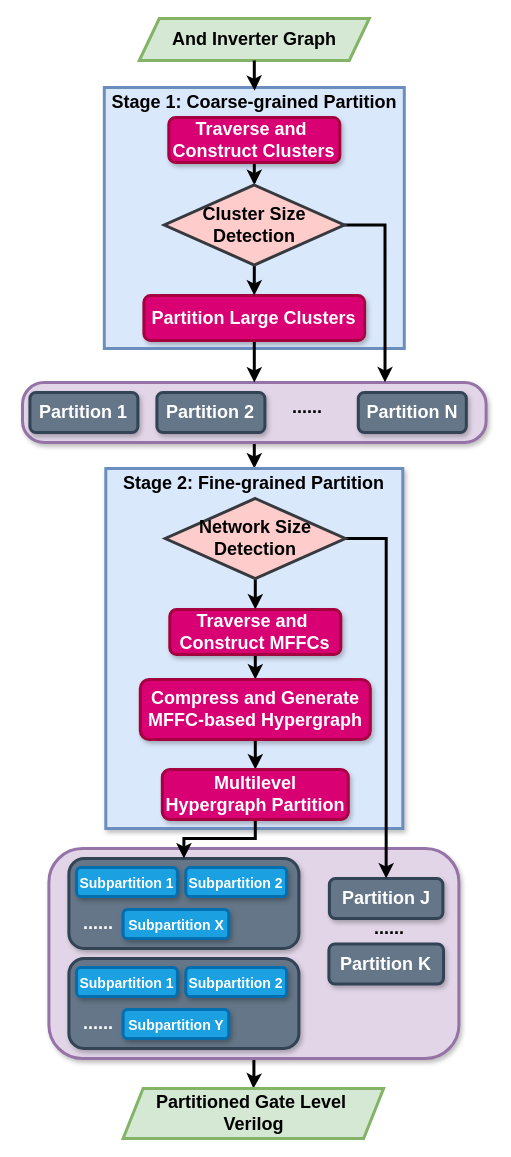
Above: PartitionFlow.drawio in kxzhu0505/LogicSynOpt (draw.io), before the change. Source tidied: cells renumbered, new cells numbered last; positions are measured from the earlier drawing's top-left corner, leaving out a move shared by most shapes. Both pictures are drawn from the tidied source at 100%, with x=0, y=0 at pixel (22, 18).
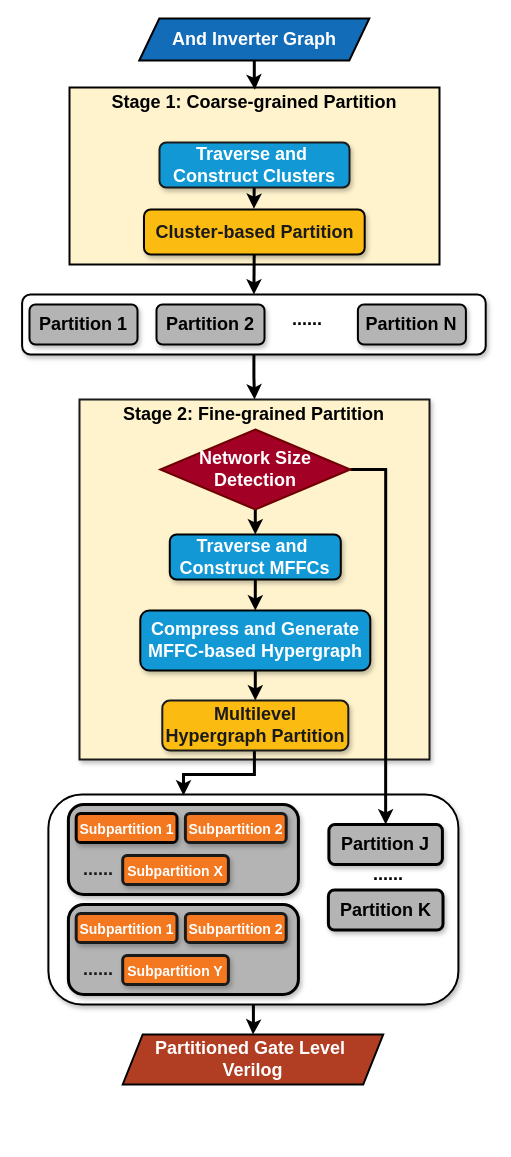
The same page after the edit.

Diff of the diagram source:
```diff
@@
-    <mxCell id="2" style="edgeStyle=orthogonalEdgeStyle;rounded=0;jettySize=auto;html=1;strokeWidth=3;" parent="1" edge="1" source="3" target="26">
-      <mxGeometry relative="1" as="geometry" />
+    <mxCell id="2" style="edgeStyle=orthogonalEdgeStyle;rounded=0;jettySize=auto;html=1;strokeWidth=3;" parent="1" edge="1" source="3">
+      <mxGeometry relative="1" as="geometry">
+        <mxPoint x="230.5" y="1016" as="targetPoint" />
+      </mxGeometry>
     </mxCell>
-    <mxCell id="3" style="rounded=1;whiteSpace=wrap;html=1;shadow=1;strokeWidth=3;fillColor=#e1d5e7;strokeColor=#9673a6;fontSize=18;arcSize=16;" parent="1" vertex="1">
-      <mxGeometry x="26.4" y="830" width="410" height="210" as="geometry" />
+    <mxCell id="3" style="rounded=1;whiteSpace=wrap;html=1;shadow=1;strokeWidth=2;fontSize=18;arcSize=16;" parent="1" vertex="1">
+      <mxGeometry x="25.9" y="776" width="410" height="210" as="geometry" />
     </mxCell>
@@
-    <mxCell id="6" style="rounded=1;whiteSpace=wrap;html=1;shadow=1;strokeWidth=3;fillColor=#e1d5e7;strokeColor=#9673a6;fontSize=18;arcSize=36;" parent="1" vertex="1">
-      <mxGeometry y="364" width="463.6" height="60" as="geometry" />
+    <mxCell id="6" style="rounded=1;whiteSpace=wrap;html=1;shadow=1;strokeWidth=2;fontSize=18;arcSize=14;" parent="1" vertex="1">
+      <mxGeometry x="-0.4" y="276" width="463.6" height="60" as="geometry" />
     </mxCell>
-    <mxCell id="7" value="&lt;font face=&quot;Helvetica&quot; style=&quot;font-size: 18px;&quot;&gt;Partition 1&lt;/font&gt;" style="rounded=1;whiteSpace=wrap;html=1;fillColor=#647687;strokeColor=#314354;fontStyle=1;fontSize=18;strokeWidth=3;shadow=1;fontColor=#ffffff;" parent="1" vertex="1">
-      <mxGeometry x="7.4" y="374" width="108" height="40" as="geometry" />
+    <mxCell id="7" value="&lt;font face=&quot;Helvetica&quot; style=&quot;font-size: 18px;&quot;&gt;Partition 1&lt;/font&gt;" style="rounded=1;whiteSpace=wrap;html=1;fontStyle=1;fontSize=18;strokeWidth=2;shadow=1;fillColor=#B4B4B4;" parent="1" vertex="1">
+      <mxGeometry x="7" y="286" width="108" height="40" as="geometry" />
     </mxCell>
     <mxCell id="8" value="&lt;font face=&quot;Helvetica&quot; style=&quot;font-size: 18px;&quot;&gt;......&lt;/font&gt;" style="text;html=1;strokeColor=none;fillColor=none;align=center;verticalAlign=middle;whiteSpace=wrap;rounded=0;fontStyle=1;fontSize=18;strokeWidth=3;" parent="1" vertex="1">
-      <mxGeometry x="255.4" y="374" width="60" height="30" as="geometry" />
+      <mxGeometry x="255" y="286" width="60" height="30" as="geometry" />
     </mxCell>
-    <mxCell id="9" value="&lt;font face=&quot;Helvetica&quot; style=&quot;font-size: 18px;&quot;&gt;Partition N&lt;/font&gt;" style="rounded=1;whiteSpace=wrap;html=1;fillColor=#647687;strokeColor=#314354;fontStyle=1;fontSize=18;strokeWidth=3;shadow=1;fontColor=#ffffff;" parent="1" vertex="1">
-      <mxGeometry x="335.8" y="374" width="108" height="40" as="geometry" />
+    <mxCell id="9" value="&lt;font face=&quot;Helvetica&quot; style=&quot;font-size: 18px;&quot;&gt;Partition N&lt;/font&gt;" style="rounded=1;whiteSpace=wrap;html=1;fontStyle=1;fontSize=18;strokeWidth=2;shadow=1;fillColor=#B4B4B4;" parent="1" vertex="1">
+      <mxGeometry x="335.4" y="286" width="108" height="40" as="geometry" />
     </mxCell>
-    <mxCell id="10" value="&lt;font face=&quot;Helvetica&quot; style=&quot;font-size: 18px;&quot;&gt;Partition 2&lt;/font&gt;" style="rounded=1;whiteSpace=wrap;html=1;fillColor=#647687;strokeColor=#314354;fontStyle=1;fontSize=18;strokeWidth=3;shadow=1;fontColor=#ffffff;" parent="1" vertex="1">
-      <mxGeometry x="134.4" y="374" width="108" height="40" as="geometry" />
+    <mxCell id="10" value="&lt;font face=&quot;Helvetica&quot; style=&quot;font-size: 18px;&quot;&gt;Partition 2&lt;/font&gt;" style="rounded=1;whiteSpace=wrap;html=1;fontStyle=1;fontSize=18;strokeWidth=2;shadow=1;fillColor=#B4B4B4;" parent="1" vertex="1">
+      <mxGeometry x="134" y="286" width="108" height="40" as="geometry" />
     </mxCell>
-    <mxCell id="11" style="rounded=1;whiteSpace=wrap;html=1;shadow=1;strokeWidth=3;fillColor=#647687;strokeColor=#314354;fontSize=18;arcSize=17;fontColor=#ffffff;" parent="1" vertex="1">
-      <mxGeometry x="46.4" y="840" width="230" height="90" as="geometry" />
+    <mxCell id="11" style="rounded=1;whiteSpace=wrap;html=1;shadow=1;strokeWidth=3;fontSize=18;arcSize=17;fillColor=#B4B4B4;" parent="1" vertex="1">
+      <mxGeometry x="45.9" y="786" width="230" height="90" as="geometry" />
     </mxCell>
-    <mxCell id="12" value="&lt;font face=&quot;Helvetica&quot; style=&quot;font-size: 14px;&quot;&gt;Subpartition 1&lt;/font&gt;" style="rounded=1;whiteSpace=wrap;html=1;fontStyle=1;fontSize=18;strokeWidth=3;shadow=1;fillColor=#1ba1e2;strokeColor=#006EAF;fontColor=#ffffff;" parent="1" vertex="1">
-      <mxGeometry x="54.1" y="849" width="100.8" height="29" as="geometry" />
+    <mxCell id="12" value="&lt;font face=&quot;Helvetica&quot; style=&quot;font-size: 14px;&quot;&gt;Subpartition 1&lt;/font&gt;" style="rounded=1;whiteSpace=wrap;html=1;fontStyle=1;fontSize=18;strokeWidth=3;shadow=1;fillColor=#F47820;strokeColor=#050505;fontColor=#ffffff;" parent="1" vertex="1">
+      <mxGeometry x="53.7" y="795" width="100.8" height="29" as="geometry" />
     </mxCell>
-    <mxCell id="13" value="&lt;font face=&quot;Helvetica&quot; style=&quot;font-size: 18px;&quot;&gt;Partition J&lt;/font&gt;" style="rounded=1;whiteSpace=wrap;html=1;fillColor=#647687;strokeColor=#314354;fontStyle=1;fontSize=18;strokeWidth=3;shadow=1;fontColor=#ffffff;" parent="1" vertex="1">
-      <mxGeometry x="306.9" y="860" width="113.5" height="40" as="geometry" />
+    <mxCell id="13" value="&lt;font face=&quot;Helvetica&quot; style=&quot;font-size: 18px;&quot;&gt;Partition J&lt;/font&gt;" style="rounded=1;whiteSpace=wrap;html=1;fontStyle=1;fontSize=18;strokeWidth=3;shadow=1;fillColor=#B4B4B4;" parent="1" vertex="1">
+      <mxGeometry x="306.4" y="806" width="113.5" height="40" as="geometry" />
     </mxCell>
-    <mxCell id="14" value="&lt;font face=&quot;Helvetica&quot; style=&quot;font-size: 18px;&quot;&gt;Partition K&lt;/font&gt;" style="rounded=1;whiteSpace=wrap;html=1;fillColor=#647687;strokeColor=#314354;fontStyle=1;fontSize=18;strokeWidth=3;shadow=1;fontColor=#ffffff;" parent="1" vertex="1">
-      <mxGeometry x="306.4" y="925.5" width="114.6" height="40" as="geometry" />
+    <mxCell id="14" value="&lt;font face=&quot;Helvetica&quot; style=&quot;font-size: 18px;&quot;&gt;Partition K&lt;/font&gt;" style="rounded=1;whiteSpace=wrap;html=1;fontStyle=1;fontSize=18;strokeWidth=3;shadow=1;fillColor=#B4B4B4;" parent="1" vertex="1">
+      <mxGeometry x="305.9" y="871.5" width="114.6" height="40" as="geometry" />
     </mxCell>
-    <mxCell id="15" value="&lt;font color=&quot;#ffffff&quot; face=&quot;Helvetica&quot; style=&quot;font-size: 18px;&quot;&gt;......&lt;/font&gt;" style="text;html=1;strokeColor=none;fillColor=none;align=center;verticalAlign=middle;whiteSpace=wrap;rounded=0;fontStyle=1;fontSize=18;strokeWidth=3;" parent="1" vertex="1">
-      <mxGeometry x="46.4" y="890" width="60" height="30" as="geometry" />
+    <mxCell id="15" value="&lt;font color=&quot;#1a1a1a&quot; face=&quot;Helvetica&quot; style=&quot;font-size: 18px;&quot;&gt;......&lt;/font&gt;" style="text;html=1;strokeColor=none;fillColor=none;align=center;verticalAlign=middle;whiteSpace=wrap;rounded=0;fontStyle=1;fontSize=18;strokeWidth=3;" parent="1" vertex="1">
+      <mxGeometry x="45.9" y="836" width="60" height="30" as="geometry" />
     </mxCell>
-    <mxCell id="16" style="rounded=0;whiteSpace=wrap;html=1;strokeWidth=3;shadow=1;fillColor=#dae8fc;strokeColor=#6c8ebf;" parent="1" vertex="1">
-      <mxGeometry x="83.3" y="450" width="297" height="360" as="geometry" />
+    <mxCell id="16" style="rounded=0;whiteSpace=wrap;html=1;strokeWidth=2;shadow=1;fillColor=#fef3cd;strokeColor=#1A1A1A;" parent="1" vertex="1">
+      <mxGeometry x="57" y="381" width="350" height="360" as="geometry" />
     </mxCell>
     <mxCell id="17" value="&lt;b style=&quot;font-size: 18px;&quot;&gt;Stage 2:&amp;nbsp;&lt;/b&gt;&lt;span style=&quot;font-size: 18px;&quot;&gt;&lt;b&gt;Fine-grained Partition&lt;/b&gt;&lt;/span&gt;" style="text;html=1;align=center;verticalAlign=middle;whiteSpace=wrap;rounded=0;" parent="1" vertex="1">
-      <mxGeometry x="94.3" y="450" width="275" height="30" as="geometry" />
+      <mxGeometry x="94.3" y="381" width="275" height="30" as="geometry" />
     </mxCell>
@@
-    <mxCell id="19" value="&lt;b style=&quot;&quot;&gt;&lt;font style=&quot;font-size: 18px;&quot;&gt;Traverse and&amp;nbsp; Construct MFFCs&lt;/font&gt;&lt;/b&gt;" style="rounded=1;whiteSpace=wrap;html=1;fillColor=#d80073;strokeColor=#A50040;strokeWidth=3;shadow=1;fontColor=#ffffff;" parent="1" vertex="1">
-      <mxGeometry x="147.3" y="591" width="171" height="45" as="geometry" />
+    <mxCell id="19" value="&lt;b style=&quot;&quot;&gt;&lt;font style=&quot;font-size: 18px;&quot;&gt;Traverse and&amp;nbsp; Construct MFFCs&lt;/font&gt;&lt;/b&gt;" style="rounded=1;whiteSpace=wrap;html=1;fillColor=#1398d6;strokeColor=#000000;strokeWidth=2;shadow=1;fontColor=#ffffff;" parent="1" vertex="1">
+      <mxGeometry x="147.3" y="516" width="171" height="45" as="geometry" />
     </mxCell>
@@
-    <mxCell id="21" value="&lt;b style=&quot;&quot;&gt;&lt;font style=&quot;font-size: 18px;&quot;&gt;Compress and Generate MFFC-based Hypergraph&lt;/font&gt;&lt;/b&gt;" style="rounded=1;whiteSpace=wrap;html=1;fillColor=#d80073;strokeColor=#A50040;strokeWidth=3;shadow=1;fontColor=#ffffff;" parent="1" vertex="1">
-      <mxGeometry x="117.8" y="661" width="230" height="60" as="geometry" />
+    <mxCell id="21" value="&lt;b style=&quot;&quot;&gt;&lt;font style=&quot;font-size: 18px;&quot;&gt;Compress and Generate MFFC-based Hypergraph&lt;/font&gt;&lt;/b&gt;" style="rounded=1;whiteSpace=wrap;html=1;fillColor=#1398d6;strokeColor=#000000;strokeWidth=2;shadow=1;fontColor=#ffffff;" parent="1" vertex="1">
+      <mxGeometry x="117.8" y="592" width="230" height="60" as="geometry" />
     </mxCell>
-    <mxCell id="22" style="edgeStyle=orthogonalEdgeStyle;rounded=0;jettySize=auto;html=1;strokeWidth=3;" parent="1" edge="1" source="23" target="11">
+    <mxCell id="22" style="edgeStyle=orthogonalEdgeStyle;rounded=0;orthogonalLoop=1;jettySize=auto;html=1;strokeWidth=3;" parent="1" edge="1">
       <mxGeometry relative="1" as="geometry">
+        <mxPoint x="231.9" y="732" as="sourcePoint" />
+        <mxPoint x="161" y="777" as="targetPoint" />
         <Array as="points">
-          <mxPoint x="232.4" y="820" />
-          <mxPoint x="161.4" y="820" />
+          <mxPoint x="232" y="756" />
+          <mxPoint x="161" y="756" />
         </Array>
       </mxGeometry>
     </mxCell>
-    <mxCell id="23" value="&lt;b style=&quot;&quot;&gt;&lt;font style=&quot;font-size: 18px;&quot;&gt;Multilevel Hypergraph Partition&lt;/font&gt;&lt;/b&gt;" style="rounded=1;whiteSpace=wrap;html=1;fillColor=#d80073;strokeColor=#A50040;strokeWidth=3;shadow=1;fontColor=#ffffff;" parent="1" vertex="1">
-      <mxGeometry x="139.8" y="751" width="186" height="50" as="geometry" />
+    <mxCell id="23" value="&lt;b style=&quot;&quot;&gt;&lt;font color=&quot;#1a1a1a&quot; style=&quot;font-size: 18px;&quot;&gt;Multilevel Hypergraph Partition&lt;/font&gt;&lt;/b&gt;" style="rounded=1;whiteSpace=wrap;html=1;fillColor=#fcbb11;strokeColor=#1A1A1A;strokeWidth=2;shadow=1;fontColor=#ffffff;" parent="1" vertex="1">
+      <mxGeometry x="139.8" y="682" width="186" height="50" as="geometry" />
     </mxCell>
-    <mxCell id="24" style="rounded=0;whiteSpace=wrap;html=1;strokeWidth=3;fillColor=#dae8fc;strokeColor=#6c8ebf;" parent="1" vertex="1">
-      <mxGeometry x="81.8" y="69" width="300" height="261" as="geometry" />
+    <mxCell id="24" style="rounded=0;whiteSpace=wrap;html=1;strokeWidth=2;fillColor=#FEF3CD;strokeColor=#000000;" parent="1" vertex="1">
+      <mxGeometry x="47" y="69" width="370" height="177" as="geometry" />
     </mxCell>
-    <mxCell id="25" value="&lt;span style=&quot;font-size: 18px; font-weight: 700;&quot;&gt;And Inverter Graph&lt;/span&gt;" style="shape=parallelogram;perimeter=parallelogramPerimeter;whiteSpace=wrap;html=1;fixedSize=1;fillColor=#d5e8d4;strokeColor=#82b366;strokeWidth=3;" parent="1" vertex="1">
+    <mxCell id="25" value="&lt;span style=&quot;font-size: 18px; font-weight: 700;&quot;&gt;&lt;font color=&quot;#ffffff&quot;&gt;And Inverter Graph&lt;/font&gt;&lt;/span&gt;" style="shape=parallelogram;perimeter=parallelogramPerimeter;whiteSpace=wrap;html=1;fixedSize=1;fillColor=#136cb7;strokeColor=#000000;strokeWidth=2;" parent="1" vertex="1">
       <mxGeometry x="116.8" width="230" height="42" as="geometry" />
     </mxCell>
-    <mxCell id="26" value="&lt;span style=&quot;font-size: 18px; font-weight: 700;&quot;&gt;Partitioned Gate Level&amp;nbsp;&lt;/span&gt;&lt;div&gt;&lt;span style=&quot;font-size: 18px; font-weight: 700;&quot;&gt;Verilog&lt;/span&gt;&lt;/div&gt;" style="shape=parallelogram;perimeter=parallelogramPerimeter;whiteSpace=wrap;html=1;fixedSize=1;fillColor=#d5e8d4;strokeColor=#82b366;strokeWidth=3;" parent="1" vertex="1">
-      <mxGeometry x="100.6" y="1070" width="260.5" height="50" as="geometry" />
+    <mxCell id="26" value="&lt;span style=&quot;font-size: 18px; font-weight: 700;&quot;&gt;Partitioned Gate Level&amp;nbsp;&lt;/span&gt;&lt;div&gt;&lt;span style=&quot;font-size: 18px; font-weight: 700;&quot;&gt;Verilog&lt;/span&gt;&lt;/div&gt;" style="shape=parallelogram;perimeter=parallelogramPerimeter;whiteSpace=wrap;html=1;fixedSize=1;fillColor=#b13e23;strokeColor=#000000;strokeWidth=2;fontColor=#ffffff;" parent="1" vertex="1">
+      <mxGeometry x="100.2" y="1016" width="260.5" height="50" as="geometry" />
     </mxCell>
@@
-    <mxCell id="28" style="edgeStyle=orthogonalEdgeStyle;rounded=0;jettySize=auto;html=1;entryX=0.5;entryY=0;entryDx=0;entryDy=0;strokeWidth=3;" parent="1" edge="1" source="29" target="34">
+    <mxCell id="28" style="rounded=0;jettySize=auto;html=1;entryX=0.498;entryY=-0.016;entryDx=0;entryDy=0;strokeWidth=3;entryPerimeter=0;" parent="1" edge="1" source="29" target="31">
       <mxGeometry relative="1" as="geometry" />
     </mxCell>
-    <mxCell id="29" value="&lt;b style=&quot;&quot;&gt;&lt;font style=&quot;font-size: 18px;&quot;&gt;Traverse and&amp;nbsp; Construct Clusters&lt;/font&gt;&lt;/b&gt;" style="rounded=1;whiteSpace=wrap;html=1;fillColor=#d80073;strokeColor=#A50040;strokeWidth=3;shadow=1;fontColor=#ffffff;" parent="1" vertex="1">
-      <mxGeometry x="146.3" y="99" width="171" height="45" as="geometry" />
+    <mxCell id="29" value="&lt;b style=&quot;&quot;&gt;&lt;font style=&quot;font-size: 18px;&quot;&gt;Traverse and&amp;nbsp; Construct Clusters&lt;/font&gt;&lt;/b&gt;" style="rounded=1;whiteSpace=wrap;html=1;fillColor=#1398d6;strokeColor=#1A1A1A;strokeWidth=2;shadow=1;fontColor=#ffffff;" parent="1" vertex="1">
+      <mxGeometry x="137" y="124" width="190" height="45" as="geometry" />
     </mxCell>
-    <mxCell id="30" style="edgeStyle=orthogonalEdgeStyle;rounded=0;jettySize=auto;html=1;entryX=0.5;entryY=0;entryDx=0;entryDy=0;strokeWidth=3;" parent="1" edge="1" source="31" target="6">
+    <mxCell id="30" style="rounded=0;jettySize=auto;html=1;entryX=0.5;entryY=0;entryDx=0;entryDy=0;strokeWidth=3;" parent="1" edge="1" source="31" target="6">
       <mxGeometry relative="1" as="geometry" />
     </mxCell>
-    <mxCell id="31" value="&lt;b style=&quot;&quot;&gt;&lt;font style=&quot;font-size: 18px;&quot;&gt;Partition Large Clusters&lt;/font&gt;&lt;/b&gt;" style="rounded=1;whiteSpace=wrap;html=1;fillColor=#d80073;strokeColor=#A50040;strokeWidth=3;shadow=1;fontColor=#ffffff;" parent="1" vertex="1">
-      <mxGeometry x="121.4" y="277" width="220.7" height="45" as="geometry" />
+    <mxCell id="31" value="&lt;font color=&quot;#1a1a1a&quot;&gt;&lt;b&gt;&lt;font style=&quot;font-size: 18px;&quot;&gt;Cluster-based&amp;nbsp;&lt;/font&gt;&lt;/b&gt;&lt;b style=&quot;&quot;&gt;&lt;font style=&quot;font-size: 18px;&quot;&gt;Partition&lt;/font&gt;&lt;/b&gt;&lt;/font&gt;" style="rounded=1;whiteSpace=wrap;html=1;fillColor=#fcbb11;strokeColor=#030303;strokeWidth=2;shadow=1;fontColor=#ffffff;" parent="1" vertex="1">
+      <mxGeometry x="121.5" y="191" width="220.7" height="45" as="geometry" />
     </mxCell>
-    <mxCell id="32" style="edgeStyle=orthogonalEdgeStyle;rounded=0;jettySize=auto;html=1;entryX=0.5;entryY=0;entryDx=0;entryDy=0;strokeWidth=3;" parent="1" edge="1" source="34" target="31">
-      <mxGeometry relative="1" as="geometry" />
-    </mxCell>
-    <mxCell id="33" style="edgeStyle=orthogonalEdgeStyle;rounded=0;jettySize=auto;html=1;strokeWidth=3;entryX=0.782;entryY=-0.003;entryDx=0;entryDy=0;entryPerimeter=0;" parent="1" edge="1" source="34" target="6">
-      <mxGeometry relative="1" as="geometry">
-        <Array as="points">
-          <mxPoint x="362.4" y="207" />
-        </Array>
-      </mxGeometry>
-    </mxCell>
-    <mxCell id="34" value="&lt;font style=&quot;font-size: 18px;&quot;&gt;&lt;b&gt;Cluster Size&lt;/b&gt;&lt;/font&gt;&lt;div style=&quot;font-size: 18px;&quot;&gt;&lt;font style=&quot;font-size: 18px;&quot;&gt;&lt;b&gt;Detection&lt;/b&gt;&lt;/font&gt;&lt;/div&gt;" style="rhombus;whiteSpace=wrap;html=1;fillColor=#ffcccc;strokeColor=#36393d;strokeWidth=3;" parent="1" vertex="1">
-      <mxGeometry x="141.8" y="166.5" width="180" height="80" as="geometry" />
-    </mxCell>
@@
     <mxCell id="37" style="edgeStyle=orthogonalEdgeStyle;rounded=0;jettySize=auto;html=1;strokeWidth=3;entryX=0.5;entryY=0;entryDx=0;entryDy=0;" parent="1" edge="1" source="38" target="13">
       <mxGeometry relative="1" as="geometry">
         <Array as="points">
-          <mxPoint x="363.4" y="520" />
+          <mxPoint x="364" y="451" />
         </Array>
       </mxGeometry>
     </mxCell>
-    <mxCell id="38" value="&lt;font style=&quot;font-size: 18px;&quot;&gt;&lt;b&gt;Network Size&lt;/b&gt;&lt;/font&gt;&lt;div style=&quot;font-size: 18px;&quot;&gt;&lt;font style=&quot;font-size: 18px;&quot;&gt;&lt;b&gt;Detection&lt;/b&gt;&lt;/font&gt;&lt;/div&gt;" style="rhombus;whiteSpace=wrap;html=1;fillColor=#ffcccc;strokeColor=#36393d;strokeWidth=3;" parent="1" vertex="1">
-      <mxGeometry x="142.8" y="480" width="180" height="80" as="geometry" />
+    <mxCell id="38" value="&lt;font style=&quot;font-size: 18px;&quot;&gt;&lt;b&gt;Network Size&lt;/b&gt;&lt;/font&gt;&lt;div style=&quot;font-size: 18px;&quot;&gt;&lt;font style=&quot;font-size: 18px;&quot;&gt;&lt;b&gt;Detection&lt;/b&gt;&lt;/font&gt;&lt;/div&gt;" style="rhombus;whiteSpace=wrap;html=1;fillColor=#a20025;strokeColor=#6F0000;strokeWidth=2;fontColor=#ffffff;" parent="1" vertex="1">
+      <mxGeometry x="137.8" y="411" width="190" height="80" as="geometry" />
     </mxCell>
-    <mxCell id="39" value="&lt;font face=&quot;Helvetica&quot; style=&quot;font-size: 14px;&quot;&gt;Subpartition 2&lt;/font&gt;" style="rounded=1;whiteSpace=wrap;html=1;fillColor=#1ba1e2;strokeColor=#006EAF;fontStyle=1;fontSize=18;strokeWidth=3;shadow=1;fontColor=#ffffff;" parent="1" vertex="1">
-      <mxGeometry x="163.3" y="849" width="100.8" height="29" as="geometry" />
+    <mxCell id="39" value="&lt;font face=&quot;Helvetica&quot; style=&quot;font-size: 14px;&quot;&gt;Subpartition 2&lt;/font&gt;" style="rounded=1;whiteSpace=wrap;html=1;fillColor=#F47820;strokeColor=#1A1A1A;fontStyle=1;fontSize=18;strokeWidth=3;shadow=1;fontColor=#ffffff;" parent="1" vertex="1">
+      <mxGeometry x="162.9" y="795" width="100.8" height="29" as="geometry" />
     </mxCell>
-    <mxCell id="40" value="&lt;font face=&quot;Helvetica&quot; style=&quot;font-size: 14px;&quot;&gt;Subpartition X&lt;/font&gt;" style="rounded=1;whiteSpace=wrap;html=1;fillColor=#1ba1e2;strokeColor=#006EAF;fontStyle=1;fontSize=18;strokeWidth=3;shadow=1;fontColor=#ffffff;" parent="1" vertex="1">
-      <mxGeometry x="100.6" y="891" width="105.7" height="29" as="geometry" />
+    <mxCell id="40" value="&lt;font face=&quot;Helvetica&quot; style=&quot;font-size: 14px;&quot;&gt;Subpartition X&lt;/font&gt;" style="rounded=1;whiteSpace=wrap;html=1;fillColor=#F47820;strokeColor=#1A1A1A;fontStyle=1;fontSize=18;strokeWidth=3;shadow=1;fontColor=#ffffff;" parent="1" vertex="1">
+      <mxGeometry x="100.2" y="837" width="105.7" height="29" as="geometry" />
     </mxCell>
-    <mxCell id="41" style="rounded=1;whiteSpace=wrap;html=1;shadow=1;strokeWidth=3;fillColor=#647687;strokeColor=#314354;fontSize=18;arcSize=17;fontColor=#ffffff;" parent="1" vertex="1">
-      <mxGeometry x="46.4" y="940" width="230" height="90" as="geometry" />
+    <mxCell id="41" style="rounded=1;whiteSpace=wrap;html=1;shadow=1;strokeWidth=3;fontSize=18;arcSize=17;fillColor=#B4B4B4;" parent="1" vertex="1">
+      <mxGeometry x="45.9" y="886" width="230" height="90" as="geometry" />
     </mxCell>
-    <mxCell id="42" value="&lt;font face=&quot;Helvetica&quot; style=&quot;font-size: 14px;&quot;&gt;Subpartition 1&lt;/font&gt;" style="rounded=1;whiteSpace=wrap;html=1;fillColor=#1ba1e2;strokeColor=#006EAF;fontStyle=1;fontSize=18;strokeWidth=3;shadow=1;fontColor=#ffffff;" parent="1" vertex="1">
-      <mxGeometry x="54.1" y="949" width="100.8" height="29" as="geometry" />
+    <mxCell id="42" value="&lt;font face=&quot;Helvetica&quot; style=&quot;font-size: 14px;&quot;&gt;Subpartition 1&lt;/font&gt;" style="rounded=1;whiteSpace=wrap;html=1;fillColor=#F47820;strokeColor=#1A1A1A;fontStyle=1;fontSize=18;strokeWidth=3;shadow=1;fontColor=#ffffff;" parent="1" vertex="1">
+      <mxGeometry x="53.7" y="895" width="100.8" height="29" as="geometry" />
     </mxCell>
-    <mxCell id="43" value="&lt;font color=&quot;#ffffff&quot; face=&quot;Helvetica&quot; style=&quot;font-size: 18px;&quot;&gt;......&lt;/font&gt;" style="text;html=1;strokeColor=none;fillColor=none;align=center;verticalAlign=middle;whiteSpace=wrap;rounded=0;fontStyle=1;fontSize=18;strokeWidth=3;" parent="1" vertex="1">
-      <mxGeometry x="46.4" y="990" width="60" height="30" as="geometry" />
+    <mxCell id="43" value="&lt;font color=&quot;#1a1a1a&quot; face=&quot;Helvetica&quot; style=&quot;font-size: 18px;&quot;&gt;......&lt;/font&gt;" style="text;html=1;strokeColor=none;fillColor=none;align=center;verticalAlign=middle;whiteSpace=wrap;rounded=0;fontStyle=1;fontSize=18;strokeWidth=3;" parent="1" vertex="1">
+      <mxGeometry x="45.9" y="936" width="60" height="30" as="geometry" />
     </mxCell>
-    <mxCell id="44" value="&lt;font face=&quot;Helvetica&quot; style=&quot;font-size: 14px;&quot;&gt;Subpartition 2&lt;/font&gt;" style="rounded=1;whiteSpace=wrap;html=1;fillColor=#1ba1e2;strokeColor=#006EAF;fontStyle=1;fontSize=18;strokeWidth=3;shadow=1;fontColor=#ffffff;" parent="1" vertex="1">
-      <mxGeometry x="163.3" y="949" width="100.8" height="29" as="geometry" />
+    <mxCell id="44" value="&lt;font face=&quot;Helvetica&quot; style=&quot;font-size: 14px;&quot;&gt;Subpartition 2&lt;/font&gt;" style="rounded=1;whiteSpace=wrap;html=1;fillColor=#F47820;strokeColor=#1A1A1A;fontStyle=1;fontSize=18;strokeWidth=3;shadow=1;fontColor=#ffffff;" parent="1" vertex="1">
+      <mxGeometry x="162.9" y="895" width="100.8" height="29" as="geometry" />
     </mxCell>
-    <mxCell id="45" value="&lt;font face=&quot;Helvetica&quot; style=&quot;font-size: 14px;&quot;&gt;Subpartition Y&lt;/font&gt;" style="rounded=1;whiteSpace=wrap;html=1;fillColor=#1ba1e2;strokeColor=#006EAF;fontStyle=1;fontSize=18;strokeWidth=3;shadow=1;fontColor=#ffffff;" parent="1" vertex="1">
-      <mxGeometry x="100.6" y="991" width="105.7" height="29" as="geometry" />
+    <mxCell id="45" value="&lt;font face=&quot;Helvetica&quot; style=&quot;font-size: 14px;&quot;&gt;Subpartition Y&lt;/font&gt;" style="rounded=1;whiteSpace=wrap;html=1;fillColor=#F47820;strokeColor=#1A1A1A;fontStyle=1;fontSize=18;strokeWidth=3;shadow=1;fontColor=#ffffff;" parent="1" vertex="1">
+      <mxGeometry x="100.2" y="937" width="105.7" height="29" as="geometry" />
     </mxCell>
     <mxCell id="46" value="&lt;font face=&quot;Helvetica&quot; style=&quot;font-size: 18px;&quot;&gt;......&lt;/font&gt;" style="text;html=1;strokeColor=none;fillColor=none;align=center;verticalAlign=middle;whiteSpace=wrap;rounded=0;fontStyle=1;fontSize=18;strokeWidth=3;" parent="1" vertex="1">
-      <mxGeometry x="336.8" y="894.5" width="60" height="30" as="geometry" />
+      <mxGeometry x="336.3" y="840.5" width="60" height="30" as="geometry" />
     </mxCell>
```
